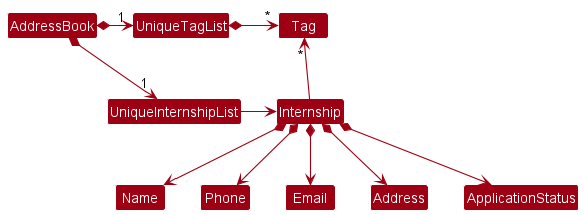
This is docs/images/BetterModelClassDiagram.png from nus-cs2103-AY2223S1/tp, a PlantUML export, as it was before one commit.
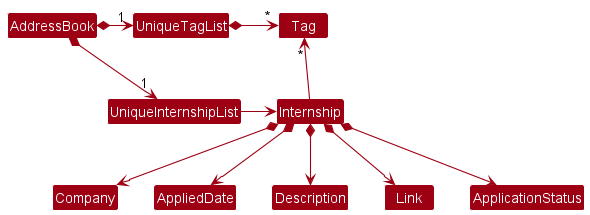
Above is the later version.

Diff of the diagram source:
```diff
@@ -14,9 +14,9 @@
 
 Internship -up-> "*" Tag
 
-Internship *--> Name
-Internship *--> Phone
-Internship *--> Email
-Internship *--> Address
+Internship *--> Company
+Internship *--> AppliedDate
+Internship *--> Description
+Internship *--> Link
 Internship *--> ApplicationStatus
 @enduml
```
